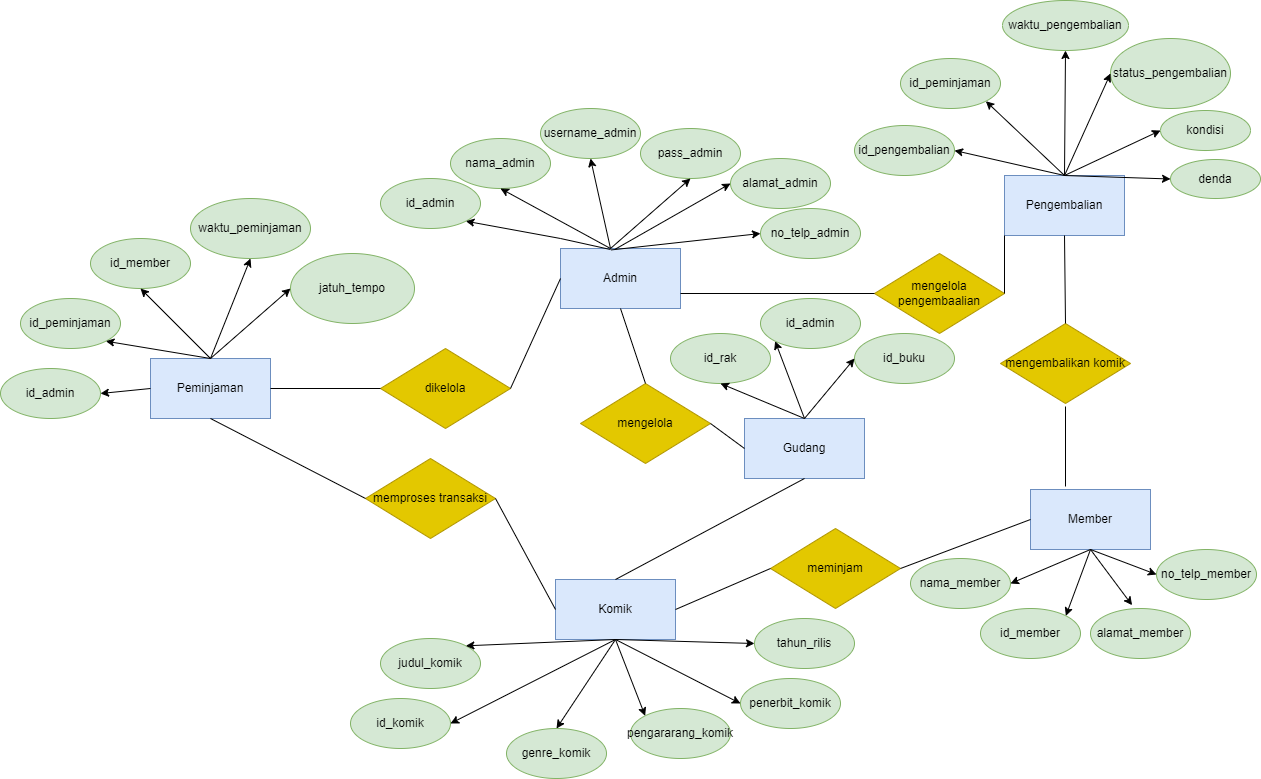
Above: Pertemuan 2/Diagram ERD.drawio.png in Naufalzaki05/IF214002 (draw.io), before the change. Source tidied: cells renumbered, new cells last; positions are measured from the earlier drawing's top-left corner, leaving out a move shared by most shapes.
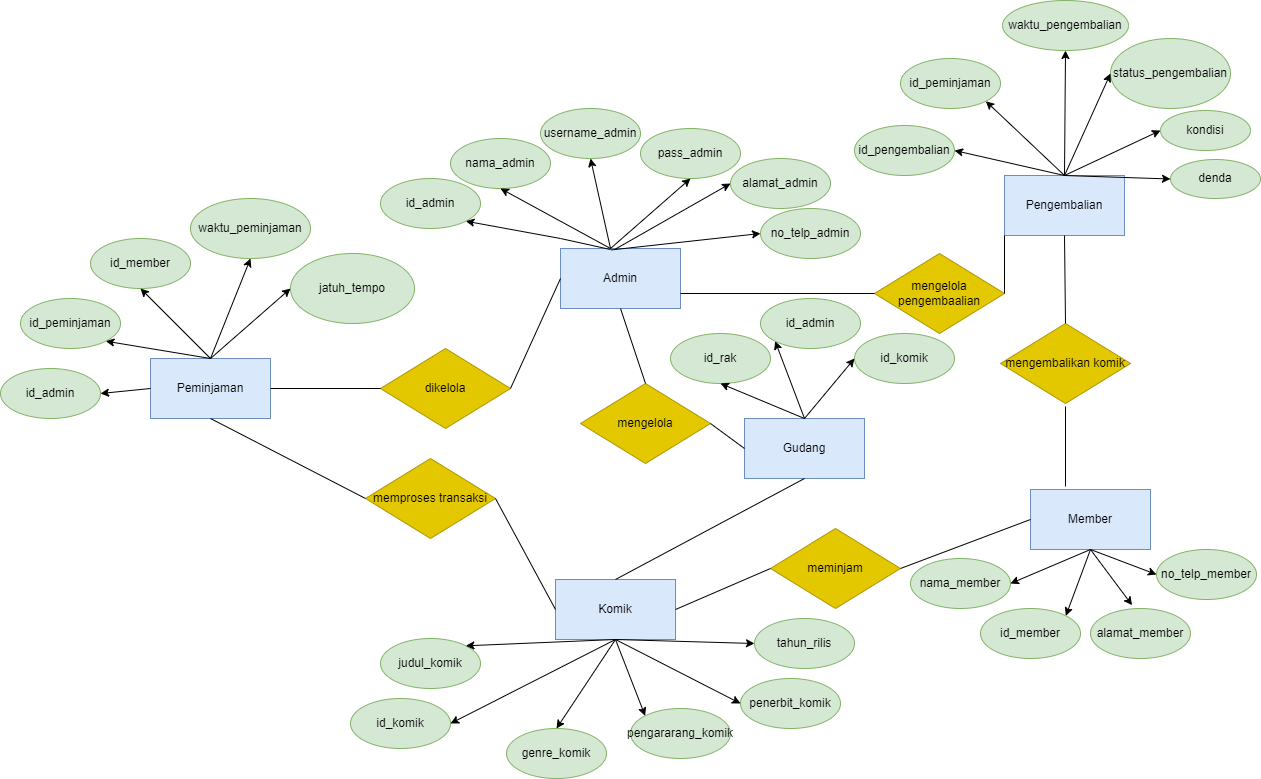
The same file after the commit.

What changed in the source:
```diff
@@ -236,7 +236,7 @@
     <mxCell id="74" style="endArrow=classic;html=1;rounded=0;entryX=0;entryY=0;entryDx=0;entryDy=0;exitX=0.5;exitY=1;exitDx=0;exitDy=0;" parent="1" edge="1" source="4" target="18">
       <mxGeometry relative="1" as="geometry" />
     </mxCell>
-    <mxCell id="75" value="id_buku" style="ellipse;whiteSpace=wrap;html=1;fillColor=#d5e8d4;strokeColor=#82b366;" parent="1" vertex="1">
+    <mxCell id="75" value="id_komik" style="ellipse;whiteSpace=wrap;html=1;fillColor=#d5e8d4;strokeColor=#82b366;" parent="1" vertex="1">
       <mxGeometry x="854" y="333" width="100" height="50" as="geometry" />
     </mxCell>
     <mxCell id="76" style="endArrow=classic;html=1;rounded=0;entryX=0.5;entryY=1;entryDx=0;entryDy=0;exitX=0.5;exitY=0;exitDx=0;exitDy=0;" parent="1" edge="1" source="71" target="72">
```
